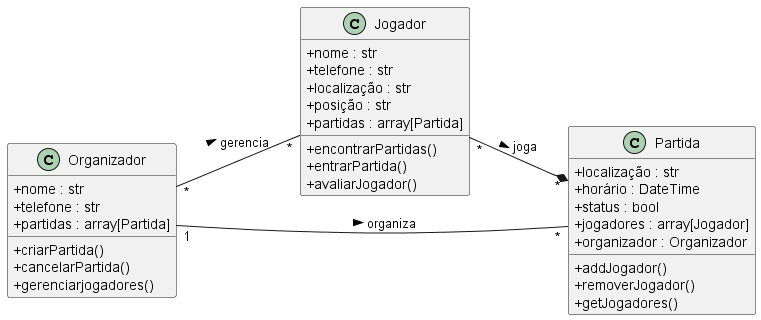
This is img/domainmodel.png from gtkacz/desenvolvimento-sistemas-ii, a PlantUML export, as it was before one commit.
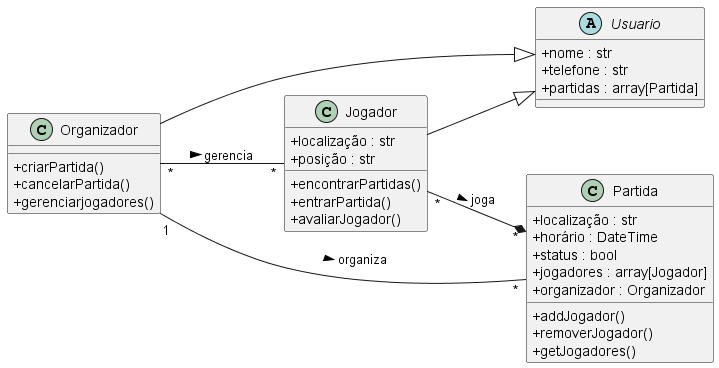
After the change.

Commit message:
Creating abstract usuario class in domain model diagram

The edit, as a diff of the source:
```diff
@@ -2,21 +2,21 @@
     left to right direction
     skinparam classAttributeIconSize 0
 
-    class Jogador {
+    abstract class Usuario {
         +nome : str
         +telefone : str
+        +partidas : array[Partida]
+    }
+
+    class Jogador {
         +localização : str
         +posição : str
-        +partidas : array[Partida]
         +encontrarPartidas()
         +entrarPartida()
         +avaliarJogador()
     }
 
     class Organizador {
-        +nome : str
-        +telefone : str
-        +partidas : array[Partida]
         +criarPartida()
         +cancelarPartida()
         +gerenciarjogadores()
@@ -33,6 +33,8 @@
         +getJogadores()
     }
 
+    Organizador --|> Usuario
+    Jogador --|> Usuario
     Jogador "*" --* "*" Partida : joga >
     Organizador "1" -- "*" Partida : organiza >
     Organizador "*" -- "*" Jogador : gerencia >
```
